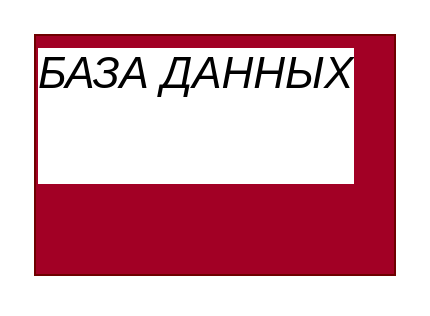
This is page "таски" (3 of 4) of мебкух.drawio from User-cyber-new/mebkuch, a draw.io file, before an edit. Source tidied: cells renumbered, new cells numbered last; positions are measured from the earlier drawing's top-left corner, leaving out a move shared by most shapes. Both pictures are drawn from the tidied source at 200%, with x=0, y=0 at pixel (34, 34).
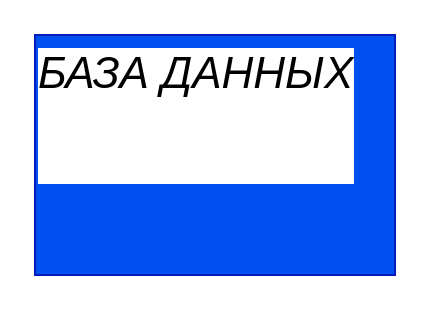
After the change.

The edit, as a diff of the source:
```diff
@@
 <mxGraphModel>
   <root>
     <mxCell id="0" />
     <mxCell id="1" parent="0" />
-    <mxCell id="2" value="&lt;h1 style=&quot;margin-top: 0px;&quot;&gt;&lt;span style=&quot;color: light-dark(rgb(0, 0, 0), rgb(255, 255, 255)); font-weight: normal;&quot;&gt;&lt;i style=&quot;&quot;&gt;БАЗА ДАННЫХ&lt;br&gt;&lt;/i&gt;&lt;/span&gt;&lt;br&gt;&lt;/h1&gt;" style="text;html=1;whiteSpace=wrap;overflow=hidden;rounded=0;fontFamily=Helvetica;fontSize=11;labelBackgroundColor=default;fillColor=#a20025;fontColor=#ffffff;strokeColor=#6F0000;" parent="1" vertex="1">
+    <mxCell id="2" value="&lt;h1 style=&quot;margin-top: 0px;&quot;&gt;&lt;span style=&quot;color: light-dark(rgb(0, 0, 0), rgb(255, 255, 255)); font-weight: normal;&quot;&gt;&lt;i style=&quot;&quot;&gt;БАЗА ДАННЫХ&lt;br&gt;&lt;/i&gt;&lt;/span&gt;&lt;br&gt;&lt;/h1&gt;" style="text;html=1;whiteSpace=wrap;overflow=hidden;rounded=0;fontFamily=Helvetica;fontSize=11;labelBackgroundColor=default;fillColor=#0050ef;fontColor=#ffffff;strokeColor=#001DBC;" parent="1" vertex="1">
       <mxGeometry width="180" height="120" as="geometry" />
     </mxCell>
   </root>
 </mxGraphModel>
```
